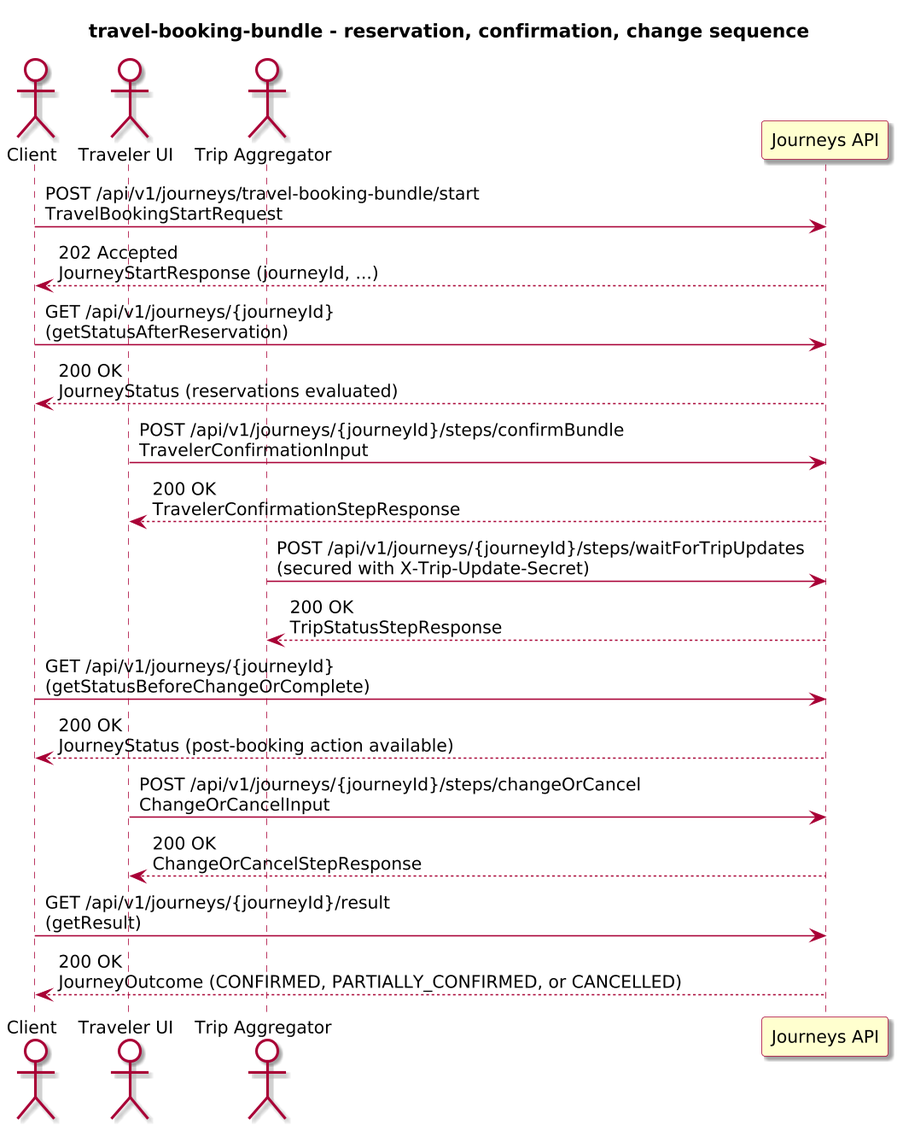
The PlantUML diagram docs/3-reference/examples/business/travel-booking-bundle/diagrams/travel-booking-bundle-sequence.png in ivanstambuk/journeyforge, before a commit. Source of this version:
```plantuml
@startuml
!include journey-diagram-theme.puml
title travel-booking-bundle - reservation, confirmation, change sequence

actor "Client" as Client
actor "Traveler UI" as Traveler
actor "Trip Aggregator" as Aggregator
participant "Journeys API" as Journeys

Client -> Journeys: POST /api/v1/journeys/travel-booking-bundle/start\nTravelBookingStartRequest
Journeys --> Client: 202 Accepted\nJourneyStartResponse (journeyId, ...)

Client -> Journeys: GET /api/v1/journeys/{journeyId}\n(getStatusAfterReservation)
Journeys --> Client: 200 OK\nJourneyStatus (reservations evaluated)

Traveler -> Journeys: POST /api/v1/journeys/{journeyId}/steps/confirmBundle\nTravelerConfirmationInput
Journeys --> Traveler: 200 OK\nTravelerConfirmationStepResponse

Aggregator -> Journeys: POST /api/v1/journeys/{journeyId}/steps/waitForTripUpdates\n(secured with X-Trip-Update-Secret)
Journeys --> Aggregator: 200 OK\nTripStatusStepResponse

Client -> Journeys: GET /api/v1/journeys/{journeyId}\n(getStatusBeforeChangeOrComplete)
Journeys --> Client: 200 OK\nJourneyStatus (post-booking action available)

Traveler -> Journeys: POST /api/v1/journeys/{journeyId}/steps/changeOrCancel\nChangeOrCancelInput
Journeys --> Traveler: 200 OK\nChangeOrCancelStepResponse

Client -> Journeys: GET /api/v1/journeys/{journeyId}/result\n(getResult)
Journeys --> Client: 200 OK\nJourneyOutcome (CONFIRMED, PARTIALLY_CONFIRMED, or CANCELLED)

@enduml
```
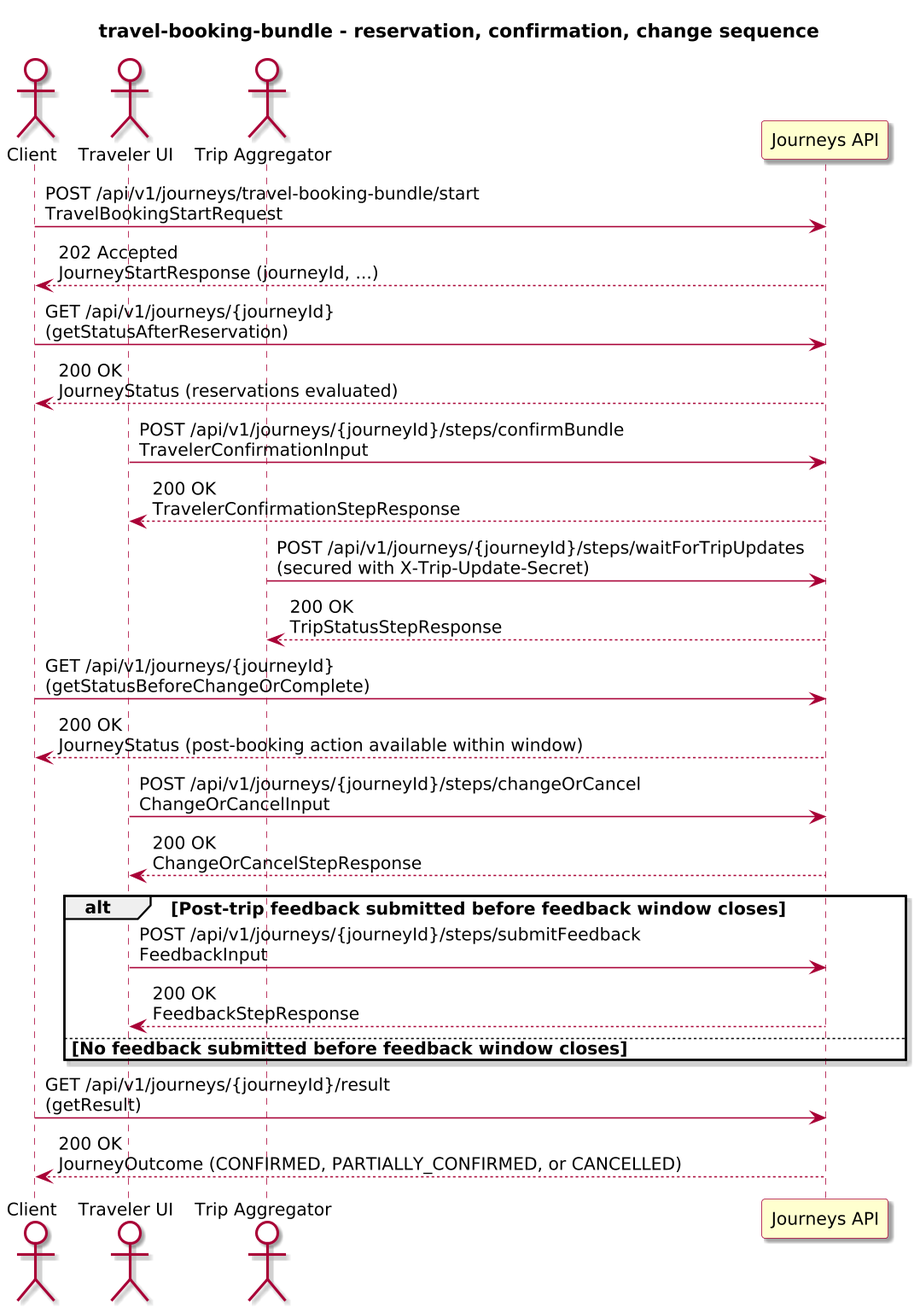
Later version of the same file.

What changed in the source:
```diff
@@ -20,10 +20,16 @@
 Journeys --> Aggregator: 200 OK\nTripStatusStepResponse
 
 Client -> Journeys: GET /api/v1/journeys/{journeyId}\n(getStatusBeforeChangeOrComplete)
-Journeys --> Client: 200 OK\nJourneyStatus (post-booking action available)
+Journeys --> Client: 200 OK\nJourneyStatus (post-booking action available within window)
 
 Traveler -> Journeys: POST /api/v1/journeys/{journeyId}/steps/changeOrCancel\nChangeOrCancelInput
 Journeys --> Traveler: 200 OK\nChangeOrCancelStepResponse
+
+alt Post-trip feedback submitted before feedback window closes
+  Traveler -> Journeys: POST /api/v1/journeys/{journeyId}/steps/submitFeedback\nFeedbackInput
+  Journeys --> Traveler: 200 OK\nFeedbackStepResponse
+else No feedback submitted before feedback window closes
+end
 
 Client -> Journeys: GET /api/v1/journeys/{journeyId}/result\n(getResult)
 Journeys --> Client: 200 OK\nJourneyOutcome (CONFIRMED, PARTIALLY_CONFIRMED, or CANCELLED)
```
